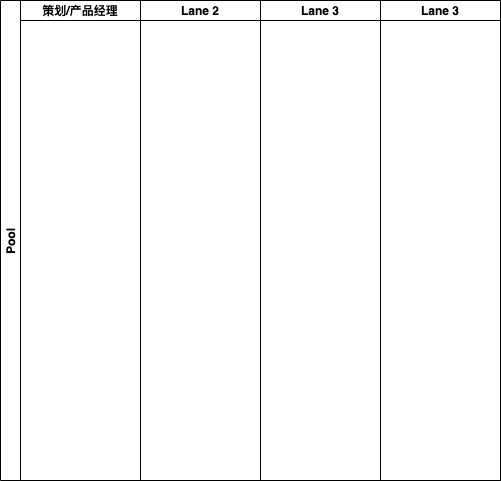
derek964/the-economist-ebooks keeps this draw.io diagram as Untitled Diagram.drawio.png. Above is the earlier version. Source tidied: cells renumbered, new cells last; positions are measured from the earlier drawing's top-left corner, leaving out a move shared by most shapes.
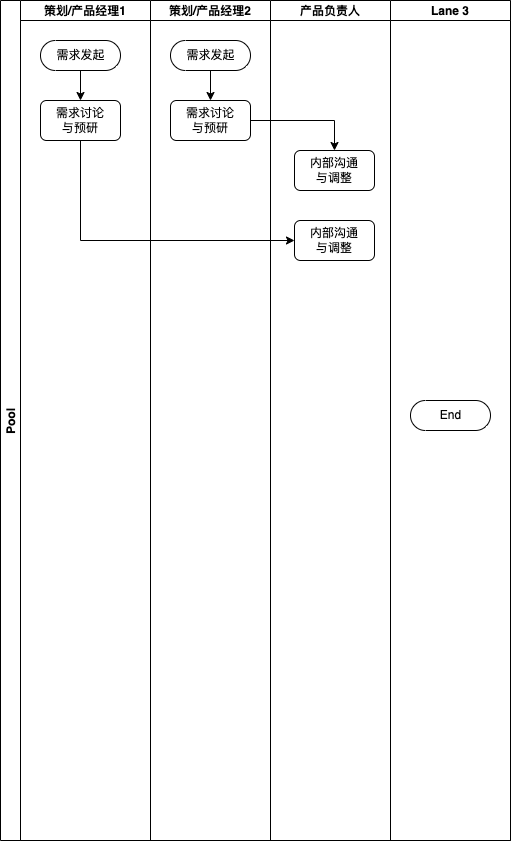
Later version of the same file.

Change to the diagram source:
```diff
@@ -3,19 +3,52 @@
     <mxCell id="0" />
     <mxCell id="1" parent="0" />
     <mxCell id="2" value="Pool" style="swimlane;startSize=20;horizontal=0;" parent="1" vertex="1">
-      <mxGeometry width="500" height="480" as="geometry" />
+      <mxGeometry width="510" height="840" as="geometry" />
     </mxCell>
-    <mxCell id="3" value="策划/产品经理" style="swimlane;startSize=20;" parent="2" vertex="1">
-      <mxGeometry x="20" width="120" height="480" as="geometry" />
+    <mxCell id="3" value="策划/产品经理1" style="swimlane;startSize=20;" parent="2" vertex="1">
+      <mxGeometry x="20" width="130" height="840" as="geometry" />
     </mxCell>
+    <mxCell id="7" style="edgeStyle=orthogonalEdgeStyle;rounded=0;jettySize=auto;html=1;" parent="3" edge="1" source="8" target="9">
+      <mxGeometry relative="1" as="geometry" />
+    </mxCell>
+    <mxCell id="8" value="需求发起" style="html=1;dashed=0;whitespace=wrap;shape=mxgraph.dfd.start;" parent="3" vertex="1">
+      <mxGeometry x="20" y="40" width="80" height="30" as="geometry" />
+    </mxCell>
+    <mxCell id="9" value="需求讨论&lt;br&gt;与预研" style="rounded=1;whiteSpace=wrap;html=1;" parent="3" vertex="1">
+      <mxGeometry x="20" y="100" width="80" height="40" as="geometry" />
+    </mxCell>
-    <mxCell id="4" value="Lane 2" style="swimlane;startSize=20;" parent="2" vertex="1">
-      <mxGeometry x="140" width="120" height="480" as="geometry" />
+    <mxCell id="4" value="策划/产品经理2" style="swimlane;startSize=20;" parent="2" vertex="1">
+      <mxGeometry x="150" width="120" height="840" as="geometry" />
     </mxCell>
+    <mxCell id="10" value="需求发起" style="html=1;dashed=0;whitespace=wrap;shape=mxgraph.dfd.start;" parent="4" vertex="1">
+      <mxGeometry x="20" y="40" width="80" height="30" as="geometry" />
+    </mxCell>
+    <mxCell id="11" value="需求讨论&lt;br&gt;与预研" style="rounded=1;whiteSpace=wrap;html=1;" parent="4" vertex="1">
+      <mxGeometry x="20" y="100" width="80" height="40" as="geometry" />
+    </mxCell>
+    <mxCell id="12" style="edgeStyle=orthogonalEdgeStyle;rounded=0;jettySize=auto;html=1;" parent="4" edge="1" source="10" target="11">
+      <mxGeometry relative="1" as="geometry" />
+    </mxCell>
-    <mxCell id="5" value="Lane 3" style="swimlane;startSize=20;" parent="2" vertex="1">
-      <mxGeometry x="260" width="120" height="480" as="geometry" />
+    <mxCell id="5" value="产品负责人" style="swimlane;startSize=20;" parent="2" vertex="1">
+      <mxGeometry x="270" width="120" height="840" as="geometry" />
     </mxCell>
+    <mxCell id="13" value="内部沟通&lt;br&gt;与调整" style="rounded=1;whiteSpace=wrap;html=1;" parent="5" vertex="1">
+      <mxGeometry x="24" y="150" width="80" height="40" as="geometry" />
+    </mxCell>
+    <mxCell id="14" value="内部沟通&lt;br&gt;与调整" style="rounded=1;whiteSpace=wrap;html=1;" parent="5" vertex="1">
+      <mxGeometry x="24" y="220" width="80" height="40" as="geometry" />
+    </mxCell>
     <mxCell id="6" value="Lane 3" style="swimlane;startSize=20;" parent="2" vertex="1">
-      <mxGeometry x="380" width="120" height="480" as="geometry" />
+      <mxGeometry x="390" width="120" height="840" as="geometry" />
     </mxCell>
+    <mxCell id="15" value="End" style="html=1;dashed=0;whitespace=wrap;shape=mxgraph.dfd.start;" parent="6" vertex="1">
+      <mxGeometry x="20" y="400" width="80" height="30" as="geometry" />
+    </mxCell>
+    <mxCell id="16" style="edgeStyle=orthogonalEdgeStyle;rounded=0;jettySize=auto;html=1;" parent="2" edge="1" source="11" target="13">
+      <mxGeometry relative="1" as="geometry" />
+    </mxCell>
+    <mxCell id="17" style="edgeStyle=orthogonalEdgeStyle;rounded=0;jettySize=auto;html=1;entryX=0;entryY=0.5;entryDx=0;entryDy=0;exitX=0.5;exitY=1;exitDx=0;exitDy=0;" parent="2" edge="1" source="9" target="14">
+      <mxGeometry relative="1" as="geometry" />
+    </mxCell>
   </root>
 </mxGraphModel>
```
